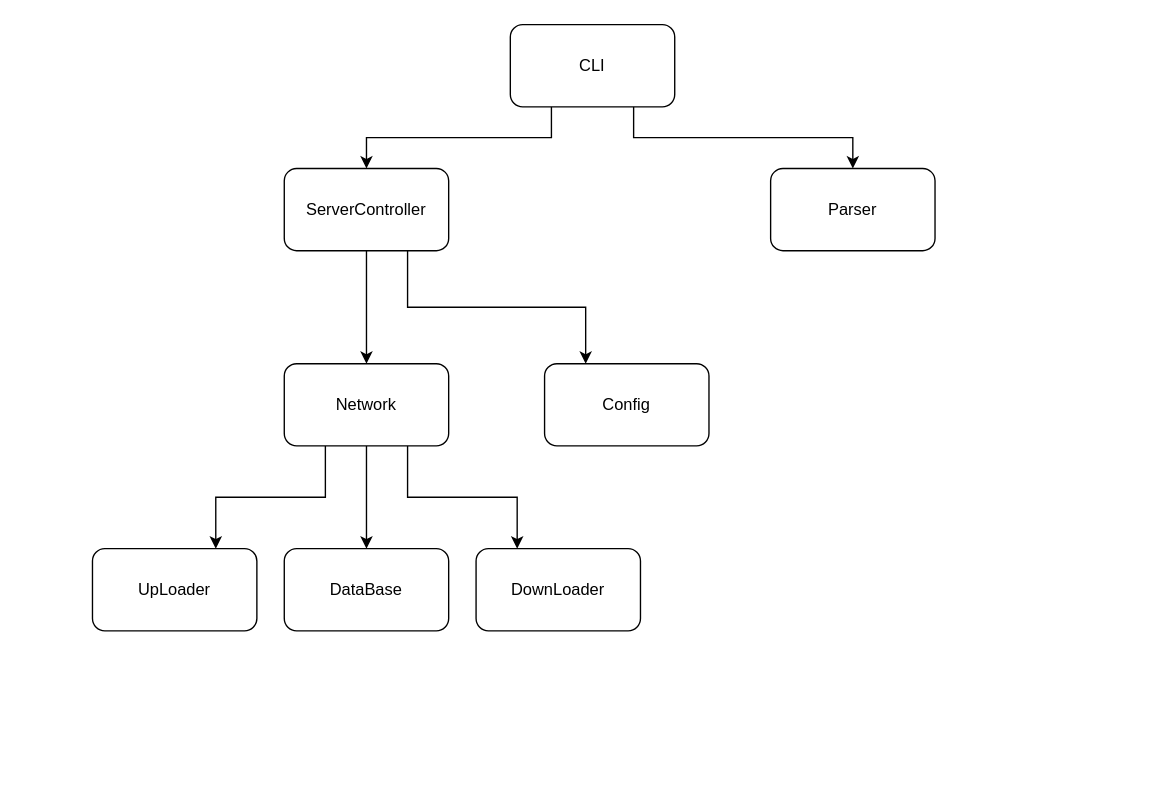
lucky-rydar/our_game keeps this draw.io diagram as documentation/GameServerUML.drawio. Above is the earlier version. Source tidied: cells renumbered, new cells numbered last; positions are measured from the earlier drawing's top-left corner, leaving out a move shared by most shapes. Both pictures are drawn from the tidied source at 137%, with x=0, y=0 at pixel (92, 23).
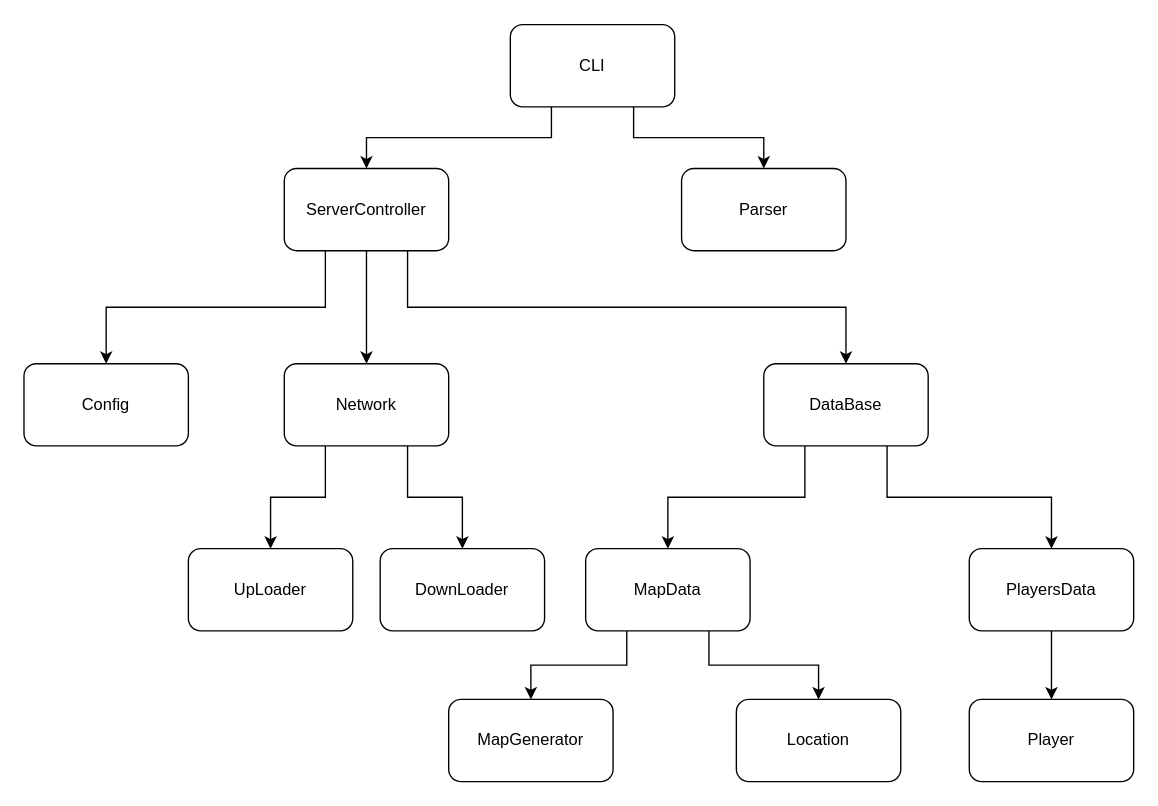
Above is the later version.

Unchanged cells that the change refers to:
```xml
<mxCell id="5" value="Network" style="rounded=1;whiteSpace=wrap;html=1;" parent="1" vertex="1">
  <mxGeometry x="140" y="248" width="120" height="60" as="geometry" />
</mxCell>
<mxCell id="11" value="CLI&lt;br&gt;" style="rounded=1;whiteSpace=wrap;html=1;" parent="1" vertex="1">
  <mxGeometry x="305" y="0.5" width="120" height="60" as="geometry" />
</mxCell>
<mxCell id="16" value="ServerController&lt;br&gt;" style="rounded=1;whiteSpace=wrap;html=1;" parent="1" vertex="1">
  <mxGeometry x="140" y="105.5" width="120" height="60" as="geometry" />
</mxCell>
```

Diff of the diagram source:
```diff
@@
-    <mxCell id="2" style="edgeStyle=orthogonalEdgeStyle;rounded=0;jettySize=auto;html=1;exitX=0.5;exitY=1;exitDx=0;exitDy=0;entryX=0.5;entryY=0;entryDx=0;entryDy=0;" parent="1" edge="1" source="5" target="7">
-      <mxGeometry relative="1" as="geometry" />
-    </mxCell>
+    <mxCell id="4" style="edgeStyle=orthogonalEdgeStyle;rounded=0;jettySize=auto;html=1;exitX=0.75;exitY=1;exitDx=0;exitDy=0;entryX=0.5;entryY=0;entryDx=0;entryDy=0;" parent="1" edge="1" source="5" target="8">
+      <mxGeometry relative="1" as="geometry" />
+    </mxCell>
-    <mxCell id="3" style="edgeStyle=orthogonalEdgeStyle;rounded=0;jettySize=auto;html=1;exitX=0.25;exitY=1;exitDx=0;exitDy=0;entryX=0.75;entryY=0;entryDx=0;entryDy=0;" parent="1" edge="1" source="5" target="6">
+    <mxCell id="3" style="edgeStyle=orthogonalEdgeStyle;rounded=0;jettySize=auto;html=1;exitX=0.25;exitY=1;exitDx=0;exitDy=0;entryX=0.5;entryY=0;entryDx=0;entryDy=0;" parent="1" edge="1" source="5" target="6">
       <mxGeometry relative="1" as="geometry" />
     </mxCell>
-    <mxCell id="4" style="edgeStyle=orthogonalEdgeStyle;rounded=0;jettySize=auto;html=1;exitX=0.75;exitY=1;exitDx=0;exitDy=0;entryX=0.25;entryY=0;entryDx=0;entryDy=0;" parent="1" edge="1" source="5" target="8">
-      <mxGeometry relative="1" as="geometry" />
-    </mxCell>
@@
     <mxCell id="6" value="UpLoader&lt;br&gt;" style="rounded=1;whiteSpace=wrap;html=1;" parent="1" vertex="1">
-      <mxGeometry y="383" width="120" height="60" as="geometry" />
+      <mxGeometry x="70" y="383" width="120" height="60" as="geometry" />
     </mxCell>
+    <mxCell id="17" style="edgeStyle=orthogonalEdgeStyle;rounded=0;jettySize=auto;html=1;exitX=0.25;exitY=1;exitDx=0;exitDy=0;entryX=0.5;entryY=0;entryDx=0;entryDy=0;" parent="1" edge="1" source="7" target="22">
+      <mxGeometry relative="1" as="geometry" />
+    </mxCell>
+    <mxCell id="18" style="edgeStyle=orthogonalEdgeStyle;rounded=0;jettySize=auto;html=1;exitX=0.75;exitY=1;exitDx=0;exitDy=0;" parent="1" edge="1" source="7" target="26">
+      <mxGeometry relative="1" as="geometry" />
+    </mxCell>
     <mxCell id="7" value="DataBase" style="rounded=1;whiteSpace=wrap;html=1;" parent="1" vertex="1">
-      <mxGeometry x="140" y="383" width="120" height="60" as="geometry" />
+      <mxGeometry x="490" y="248" width="120" height="60" as="geometry" />
     </mxCell>
     <mxCell id="8" value="DownLoader" style="rounded=1;whiteSpace=wrap;html=1;" parent="1" vertex="1">
-      <mxGeometry x="280" y="383" width="120" height="60" as="geometry" />
+      <mxGeometry x="210" y="383" width="120" height="60" as="geometry" />
     </mxCell>
+    <mxCell id="10" style="edgeStyle=orthogonalEdgeStyle;rounded=0;jettySize=auto;html=1;exitX=0.25;exitY=1;exitDx=0;exitDy=0;entryX=0.5;entryY=0;entryDx=0;entryDy=0;" parent="1" edge="1" source="11" target="16">
+      <mxGeometry relative="1" as="geometry" />
+    </mxCell>
-    <mxCell id="9" style="edgeStyle=orthogonalEdgeStyle;rounded=0;jettySize=auto;html=1;exitX=0.75;exitY=1;exitDx=0;exitDy=0;" parent="1" edge="1" source="11" target="12">
+    <mxCell id="9" style="edgeStyle=orthogonalEdgeStyle;rounded=0;jettySize=auto;html=1;exitX=0.75;exitY=1;exitDx=0;exitDy=0;entryX=0.5;entryY=0;entryDx=0;entryDy=0;" parent="1" edge="1" source="11" target="12">
       <mxGeometry relative="1" as="geometry" />
     </mxCell>
-    <mxCell id="10" style="edgeStyle=orthogonalEdgeStyle;rounded=0;jettySize=auto;html=1;exitX=0.25;exitY=1;exitDx=0;exitDy=0;entryX=0.5;entryY=0;entryDx=0;entryDy=0;" parent="1" edge="1" source="11" target="16">
-      <mxGeometry relative="1" as="geometry" />
-    </mxCell>
@@
     <mxCell id="12" value="Parser&lt;br&gt;" style="rounded=1;whiteSpace=wrap;html=1;" parent="1" vertex="1">
-      <mxGeometry x="495" y="105.5" width="120" height="60" as="geometry" />
+      <mxGeometry x="430" y="105.5" width="120" height="60" as="geometry" />
     </mxCell>
     <mxCell id="13" value="Config&lt;br&gt;" style="rounded=1;whiteSpace=wrap;html=1;" parent="1" vertex="1">
-      <mxGeometry x="330" y="248" width="120" height="60" as="geometry" />
+      <mxGeometry x="-50" y="248" width="120" height="60" as="geometry" />
     </mxCell>
@@
-    <mxCell id="15" style="edgeStyle=orthogonalEdgeStyle;rounded=0;jettySize=auto;html=1;exitX=0.75;exitY=1;exitDx=0;exitDy=0;entryX=0.25;entryY=0;entryDx=0;entryDy=0;" parent="1" edge="1" source="16" target="13">
+    <mxCell id="15" style="edgeStyle=orthogonalEdgeStyle;rounded=0;jettySize=auto;html=1;exitX=0.25;exitY=1;exitDx=0;exitDy=0;" parent="1" edge="1" source="16" target="13">
       <mxGeometry relative="1" as="geometry" />
     </mxCell>
+    <mxCell id="19" style="edgeStyle=orthogonalEdgeStyle;rounded=0;jettySize=auto;html=1;exitX=0.75;exitY=1;exitDx=0;exitDy=0;entryX=0.5;entryY=0;entryDx=0;entryDy=0;" parent="1" edge="1" source="16" target="7">
+      <mxGeometry relative="1" as="geometry" />
+    </mxCell>
@@
+    <mxCell id="20" style="edgeStyle=orthogonalEdgeStyle;rounded=0;jettySize=auto;html=1;exitX=0.75;exitY=1;exitDx=0;exitDy=0;entryX=0.5;entryY=0;entryDx=0;entryDy=0;" parent="1" edge="1" source="22" target="24">
+      <mxGeometry relative="1" as="geometry" />
+    </mxCell>
+    <mxCell id="21" style="edgeStyle=orthogonalEdgeStyle;rounded=0;jettySize=auto;html=1;exitX=0.25;exitY=1;exitDx=0;exitDy=0;entryX=0.5;entryY=0;entryDx=0;entryDy=0;" parent="1" edge="1" source="22" target="23">
+      <mxGeometry relative="1" as="geometry" />
+    </mxCell>
+    <mxCell id="22" value="MapData&lt;br&gt;" style="rounded=1;whiteSpace=wrap;html=1;" parent="1" vertex="1">
+      <mxGeometry x="360" y="383" width="120" height="60" as="geometry" />
+    </mxCell>
+    <mxCell id="23" value="MapGenerator&lt;br&gt;" style="rounded=1;whiteSpace=wrap;html=1;" parent="1" vertex="1">
+      <mxGeometry x="260" y="493" width="120" height="60" as="geometry" />
+    </mxCell>
+    <mxCell id="24" value="Location&lt;br&gt;" style="rounded=1;whiteSpace=wrap;html=1;" parent="1" vertex="1">
+      <mxGeometry x="470" y="493" width="120" height="60" as="geometry" />
+    </mxCell>
+    <mxCell id="25" style="edgeStyle=orthogonalEdgeStyle;rounded=0;jettySize=auto;html=1;exitX=0.5;exitY=1;exitDx=0;exitDy=0;entryX=0.5;entryY=0;entryDx=0;entryDy=0;" parent="1" edge="1" source="26" target="27">
+      <mxGeometry relative="1" as="geometry" />
+    </mxCell>
+    <mxCell id="26" value="PlayersData&lt;br&gt;" style="rounded=1;whiteSpace=wrap;html=1;" parent="1" vertex="1">
+      <mxGeometry x="640" y="383" width="120" height="60" as="geometry" />
+    </mxCell>
+    <mxCell id="27" value="Player" style="rounded=1;whiteSpace=wrap;html=1;" parent="1" vertex="1">
+      <mxGeometry x="640" y="493" width="120" height="60" as="geometry" />
+    </mxCell>
```
